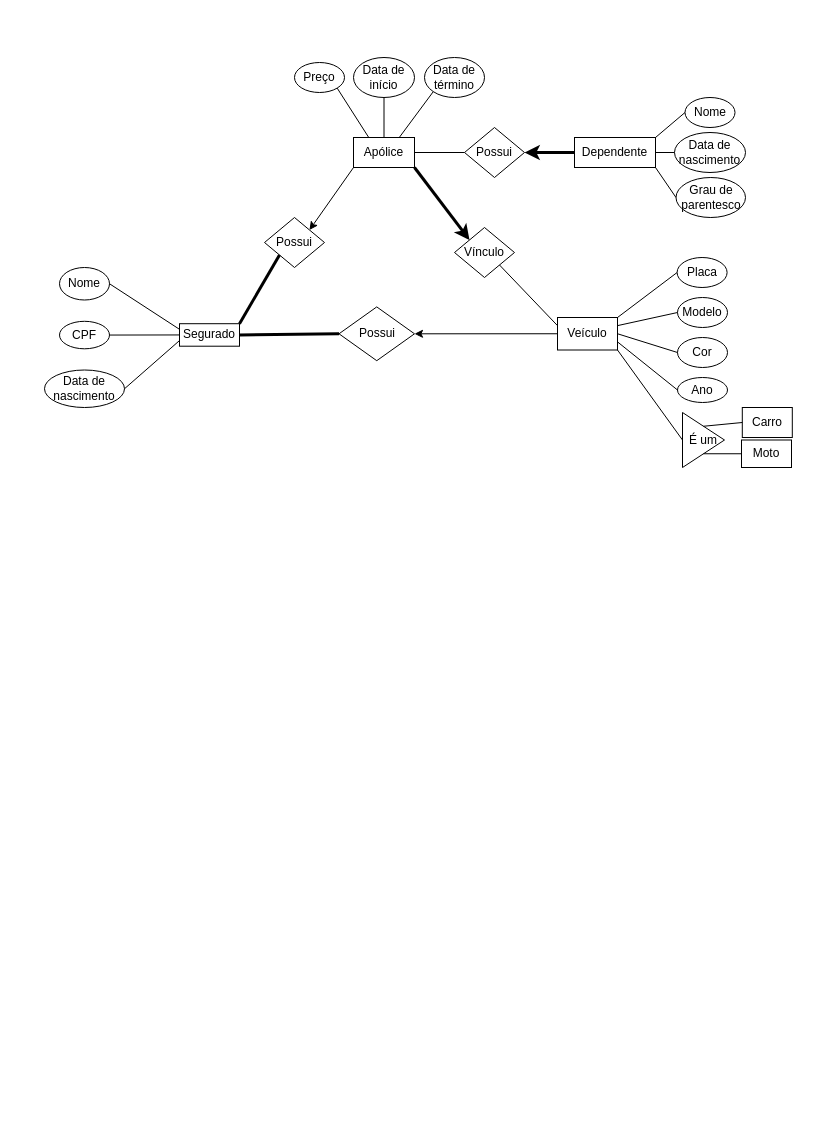
Above: Diagrama sem nome.drawio in Walrusbane524/Fundamentos-de-Bancos-de-Dados (draw.io), before the change. Source tidied: cells renumbered, new cells numbered last; positions are measured from the earlier drawing's top-left corner, leaving out a move shared by most shapes. Both pictures are drawn from the tidied source at 100%, with x=0, y=0 at pixel (44, 57).
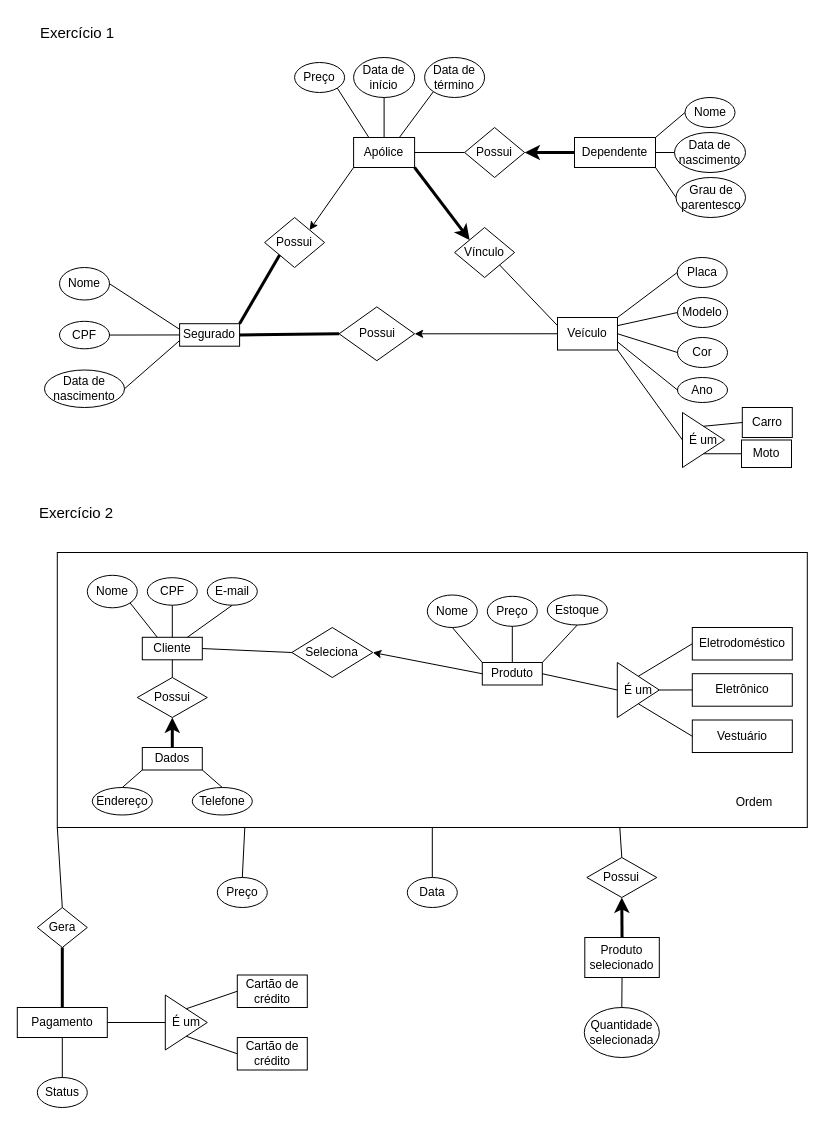
The same diagram, later.

What changed in the source:
```diff
@@
+    <mxCell id="50" style="rounded=0;whiteSpace=wrap;html=1;labelBorderColor=none;fillColor=none;" parent="1" vertex="1">
+      <mxGeometry x="12.8" y="495" width="750" height="275" as="geometry" />
+    </mxCell>
     <mxCell id="2" value="Segurado" style="rounded=0;whiteSpace=wrap;html=1;" parent="1" vertex="1">
-      <mxGeometry x="135" y="266.2" width="60" height="22.5" as="geometry" />
+      <mxGeometry x="135.1" y="266.2" width="60" height="22.5" as="geometry" />
     </mxCell>
@@
     <mxCell id="10" value="Placa" style="ellipse;whiteSpace=wrap;html=1;" parent="1" vertex="1">
-      <mxGeometry x="632.6" y="200" width="50" height="30" as="geometry" />
+      <mxGeometry x="632.7" y="200" width="50" height="30" as="geometry" />
     </mxCell>
@@
     <mxCell id="14" value="Apólice" style="rounded=0;whiteSpace=wrap;html=1;" parent="1" vertex="1">
-      <mxGeometry x="309" y="80" width="61" height="30" as="geometry" />
+      <mxGeometry x="309.1" y="80" width="61" height="30" as="geometry" />
     </mxCell>
     <mxCell id="15" value="Preço" style="ellipse;whiteSpace=wrap;html=1;" parent="1" vertex="1">
-      <mxGeometry x="250" y="5" width="50" height="30" as="geometry" />
+      <mxGeometry x="250.1" y="5" width="50" height="30" as="geometry" />
     </mxCell>
     <mxCell id="16" value="Data de início" style="ellipse;whiteSpace=wrap;html=1;" parent="1" vertex="1">
-      <mxGeometry x="309" width="61" height="40" as="geometry" />
+      <mxGeometry x="309.1" width="61" height="40" as="geometry" />
     </mxCell>
     <mxCell id="17" value="Data de término" style="ellipse;whiteSpace=wrap;html=1;" parent="1" vertex="1">
-      <mxGeometry x="380" width="60" height="40" as="geometry" />
+      <mxGeometry x="380.1" width="60" height="40" as="geometry" />
     </mxCell>
@@
     <mxCell id="30" value="Possui" style="rhombus;whiteSpace=wrap;html=1;" parent="1" vertex="1">
-      <mxGeometry x="220" y="160" width="60" height="50" as="geometry" />
+      <mxGeometry x="220.1" y="160" width="60" height="50" as="geometry" />
     </mxCell>
@@
     <mxCell id="33" value="Possui" style="rhombus;whiteSpace=wrap;html=1;" parent="1" vertex="1">
-      <mxGeometry x="294.5" y="249.4" width="75.5" height="53.8" as="geometry" />
+      <mxGeometry x="294.6" y="249.4" width="75.5" height="53.8" as="geometry" />
     </mxCell>
@@
     <mxCell id="40" value="Possui" style="rhombus;whiteSpace=wrap;html=1;" parent="1" vertex="1">
-      <mxGeometry x="420" y="70" width="60" height="50" as="geometry" />
+      <mxGeometry x="420.1" y="70" width="60" height="50" as="geometry" />
     </mxCell>
@@
     <mxCell id="46" value="Vínculo" style="rhombus;whiteSpace=wrap;html=1;" parent="1" vertex="1">
-      <mxGeometry x="410" y="170" width="60" height="50" as="geometry" />
+      <mxGeometry x="410.1" y="170" width="60" height="50" as="geometry" />
     </mxCell>
@@
+    <mxCell id="51" value="Cliente" style="rounded=0;whiteSpace=wrap;html=1;" parent="1" vertex="1">
+      <mxGeometry x="97.8" y="579.8" width="60" height="22.5" as="geometry" />
+    </mxCell>
+    <mxCell id="52" value="Nome" style="ellipse;whiteSpace=wrap;html=1;" parent="1" vertex="1">
+      <mxGeometry x="42.8" y="517.8" width="50" height="32.5" as="geometry" />
+    </mxCell>
+    <mxCell id="53" value="CPF" style="ellipse;whiteSpace=wrap;html=1;" parent="1" vertex="1">
+      <mxGeometry x="102.8" y="520.2" width="50" height="27.5" as="geometry" />
+    </mxCell>
+    <mxCell id="54" value="E-mail" style="ellipse;whiteSpace=wrap;html=1;" parent="1" vertex="1">
+      <mxGeometry x="162.8" y="520.2" width="50" height="27.5" as="geometry" />
+    </mxCell>
+    <mxCell id="55" value="Endereço" style="ellipse;whiteSpace=wrap;html=1;" parent="1" vertex="1">
+      <mxGeometry x="47.8" y="730" width="60" height="27.5" as="geometry" />
+    </mxCell>
+    <mxCell id="56" value="Telefone" style="ellipse;whiteSpace=wrap;html=1;" parent="1" vertex="1">
+      <mxGeometry x="147.8" y="730" width="60" height="27.5" as="geometry" />
+    </mxCell>
+    <mxCell id="57" style="endArrow=none;html=1;rounded=0;strokeColor=default;strokeWidth=1;entryX=1;entryY=1;entryDx=0;entryDy=0;exitX=0.25;exitY=0;exitDx=0;exitDy=0;" parent="1" edge="1" source="51" target="52">
+      <mxGeometry relative="1" as="geometry" />
+    </mxCell>
+    <mxCell id="58" style="endArrow=none;html=1;rounded=0;strokeColor=default;strokeWidth=1;entryX=0.5;entryY=1;entryDx=0;entryDy=0;exitX=0.5;exitY=0;exitDx=0;exitDy=0;" parent="1" edge="1" source="51" target="53">
+      <mxGeometry relative="1" as="geometry" />
+    </mxCell>
+    <mxCell id="59" style="endArrow=none;html=1;rounded=0;strokeColor=default;strokeWidth=1;entryX=0.5;entryY=1;entryDx=0;entryDy=0;exitX=0.75;exitY=0;exitDx=0;exitDy=0;" parent="1" edge="1" source="51" target="54">
+      <mxGeometry relative="1" as="geometry" />
+    </mxCell>
+    <mxCell id="60" value="Possui" style="rhombus;whiteSpace=wrap;html=1;labelBorderColor=none;" parent="1" vertex="1">
+      <mxGeometry x="92.8" y="620" width="70" height="40" as="geometry" />
+    </mxCell>
+    <mxCell id="61" value="Dados" style="rounded=0;whiteSpace=wrap;html=1;" parent="1" vertex="1">
+      <mxGeometry x="97.8" y="690" width="60" height="22.5" as="geometry" />
+    </mxCell>
+    <mxCell id="62" style="endArrow=none;html=1;rounded=0;strokeColor=default;strokeWidth=3;exitX=0.5;exitY=1;exitDx=0;exitDy=0;entryX=0.5;entryY=0;entryDx=0;entryDy=0;endFill=0;startArrow=classic;startFill=1;" parent="1" edge="1" source="60" target="61">
+      <mxGeometry relative="1" as="geometry" />
+    </mxCell>
+    <mxCell id="63" style="endArrow=none;html=1;rounded=0;strokeColor=default;strokeWidth=1;exitX=0.5;exitY=0;exitDx=0;exitDy=0;entryX=0.5;entryY=1;entryDx=0;entryDy=0;" parent="1" edge="1" source="60" target="51">
+      <mxGeometry relative="1" as="geometry" />
+    </mxCell>
+    <mxCell id="64" style="endArrow=none;html=1;rounded=0;strokeColor=default;strokeWidth=1;exitX=0.5;exitY=0;exitDx=0;exitDy=0;entryX=0;entryY=1;entryDx=0;entryDy=0;" parent="1" edge="1" source="55" target="61">
+      <mxGeometry relative="1" as="geometry" />
+    </mxCell>
+    <mxCell id="65" style="endArrow=none;html=1;rounded=0;strokeColor=default;strokeWidth=1;exitX=1;exitY=1;exitDx=0;exitDy=0;entryX=0.5;entryY=0;entryDx=0;entryDy=0;" parent="1" edge="1" source="61" target="56">
+      <mxGeometry relative="1" as="geometry" />
+    </mxCell>
+    <mxCell id="66" value="Seleciona" style="rhombus;whiteSpace=wrap;html=1;labelBorderColor=none;" parent="1" vertex="1">
+      <mxGeometry x="247.3" y="570" width="81" height="50" as="geometry" />
+    </mxCell>
+    <mxCell id="67" value="Produto" style="rounded=0;whiteSpace=wrap;html=1;" parent="1" vertex="1">
+      <mxGeometry x="437.8" y="605" width="60" height="22.5" as="geometry" />
+    </mxCell>
+    <mxCell id="68" value="Nome" style="ellipse;whiteSpace=wrap;html=1;" parent="1" vertex="1">
+      <mxGeometry x="382.8" y="537.5" width="50" height="32.5" as="geometry" />
+    </mxCell>
+    <mxCell id="69" value="Preço" style="ellipse;whiteSpace=wrap;html=1;" parent="1" vertex="1">
+      <mxGeometry x="442.8" y="538.8" width="50" height="30" as="geometry" />
+    </mxCell>
+    <mxCell id="70" value="Estoque" style="ellipse;whiteSpace=wrap;html=1;" parent="1" vertex="1">
+      <mxGeometry x="502.8" y="537.5" width="60" height="30" as="geometry" />
+    </mxCell>
+    <mxCell id="71" style="endArrow=none;html=1;rounded=0;strokeColor=default;strokeWidth=1;entryX=0;entryY=0;entryDx=0;entryDy=0;exitX=0.5;exitY=1;exitDx=0;exitDy=0;" parent="1" edge="1" source="68" target="67">
+      <mxGeometry relative="1" as="geometry" />
+    </mxCell>
+    <mxCell id="72" style="endArrow=none;html=1;rounded=0;strokeColor=default;strokeWidth=1;entryX=1;entryY=0;entryDx=0;entryDy=0;exitX=0.5;exitY=1;exitDx=0;exitDy=0;" parent="1" edge="1" source="70" target="67">
+      <mxGeometry relative="1" as="geometry" />
+    </mxCell>
+    <mxCell id="73" style="endArrow=none;html=1;rounded=0;strokeColor=default;strokeWidth=1;entryX=0.5;entryY=0;entryDx=0;entryDy=0;exitX=0.5;exitY=1;exitDx=0;exitDy=0;" parent="1" edge="1" source="69" target="67">
+      <mxGeometry relative="1" as="geometry" />
+    </mxCell>
+    <mxCell id="74" value="É um" style="triangle;whiteSpace=wrap;html=1;rotation=0;" parent="1" vertex="1">
+      <mxGeometry x="572.8" y="605" width="42" height="55" as="geometry" />
+    </mxCell>
+    <mxCell id="75" value="Eletrodoméstico" style="rounded=0;whiteSpace=wrap;html=1;" parent="1" vertex="1">
+      <mxGeometry x="647.8" y="570" width="100" height="32.5" as="geometry" />
+    </mxCell>
+    <mxCell id="76" value="Eletrônico" style="rounded=0;whiteSpace=wrap;html=1;" parent="1" vertex="1">
+      <mxGeometry x="647.8" y="616.2" width="100" height="32.5" as="geometry" />
+    </mxCell>
+    <mxCell id="77" value="Vestuário" style="rounded=0;whiteSpace=wrap;html=1;" parent="1" vertex="1">
+      <mxGeometry x="647.8" y="662.5" width="100" height="32.5" as="geometry" />
+    </mxCell>
+    <mxCell id="78" style="endArrow=none;html=1;rounded=0;strokeColor=default;strokeWidth=1;entryX=0.5;entryY=0;entryDx=0;entryDy=0;exitX=0;exitY=0.5;exitDx=0;exitDy=0;" parent="1" edge="1" source="75" target="74">
+      <mxGeometry relative="1" as="geometry" />
+    </mxCell>
+    <mxCell id="79" style="endArrow=none;html=1;rounded=0;strokeColor=default;strokeWidth=1;entryX=0.5;entryY=1;entryDx=0;entryDy=0;exitX=0;exitY=0.5;exitDx=0;exitDy=0;" parent="1" edge="1" source="77" target="74">
+      <mxGeometry relative="1" as="geometry" />
+    </mxCell>
+    <mxCell id="80" style="endArrow=none;html=1;rounded=0;strokeColor=default;strokeWidth=1;entryX=1;entryY=0.5;entryDx=0;entryDy=0;exitX=0;exitY=0.5;exitDx=0;exitDy=0;" parent="1" edge="1" source="76" target="74">
+      <mxGeometry relative="1" as="geometry" />
+    </mxCell>
+    <mxCell id="81" style="endArrow=classic;html=1;rounded=0;strokeColor=default;strokeWidth=1;entryX=1;entryY=0.5;entryDx=0;entryDy=0;exitX=0;exitY=0.5;exitDx=0;exitDy=0;startArrow=none;startFill=0;endFill=1;" parent="1" edge="1" source="67" target="66">
+      <mxGeometry relative="1" as="geometry" />
+    </mxCell>
+    <mxCell id="82" style="endArrow=none;html=1;rounded=0;strokeColor=default;strokeWidth=1;entryX=0;entryY=0.5;entryDx=0;entryDy=0;exitX=1;exitY=0.5;exitDx=0;exitDy=0;" parent="1" edge="1" source="51" target="66">
+      <mxGeometry relative="1" as="geometry" />
+    </mxCell>
+    <mxCell id="83" style="endArrow=none;html=1;rounded=0;strokeColor=default;strokeWidth=1;entryX=1;entryY=0.5;entryDx=0;entryDy=0;exitX=0;exitY=0.5;exitDx=0;exitDy=0;" parent="1" edge="1" source="74" target="67">
+      <mxGeometry relative="1" as="geometry" />
+    </mxCell>
+    <mxCell id="84" value="Produto selecionado" style="rounded=0;whiteSpace=wrap;html=1;" parent="1" vertex="1">
+      <mxGeometry x="540.3" y="880" width="74.5" height="40" as="geometry" />
+    </mxCell>
+    <mxCell id="85" value="Possui" style="rhombus;whiteSpace=wrap;html=1;labelBorderColor=none;" parent="1" vertex="1">
+      <mxGeometry x="542.3" y="800" width="70" height="40" as="geometry" />
+    </mxCell>
+    <mxCell id="86" style="endArrow=none;html=1;rounded=0;strokeColor=default;strokeWidth=1;entryX=0.75;entryY=1;entryDx=0;entryDy=0;exitX=0.5;exitY=0;exitDx=0;exitDy=0;" parent="1" edge="1" source="85" target="50">
+      <mxGeometry relative="1" as="geometry" />
+    </mxCell>
+    <mxCell id="87" style="endArrow=classic;html=1;rounded=0;strokeColor=default;strokeWidth=3;entryX=0.5;entryY=1;entryDx=0;entryDy=0;exitX=0.5;exitY=0;exitDx=0;exitDy=0;" parent="1" edge="1" source="84" target="85">
+      <mxGeometry relative="1" as="geometry" />
+    </mxCell>
+    <mxCell id="88" value="Quantidade selecionada" style="ellipse;whiteSpace=wrap;html=1;" parent="1" vertex="1">
+      <mxGeometry x="539.8" y="950" width="75" height="50" as="geometry" />
+    </mxCell>
+    <mxCell id="89" style="endArrow=none;html=1;rounded=0;strokeColor=default;strokeWidth=1;entryX=0.5;entryY=0;entryDx=0;entryDy=0;exitX=0.5;exitY=1;exitDx=0;exitDy=0;" parent="1" edge="1" source="84" target="88">
+      <mxGeometry relative="1" as="geometry" />
+    </mxCell>
+    <mxCell id="90" value="Preço" style="ellipse;whiteSpace=wrap;html=1;" parent="1" vertex="1">
+      <mxGeometry x="172.8" y="820" width="50" height="30" as="geometry" />
+    </mxCell>
+    <mxCell id="91" style="endArrow=none;html=1;rounded=0;strokeColor=default;strokeWidth=1;entryX=0.25;entryY=1;entryDx=0;entryDy=0;exitX=0.5;exitY=0;exitDx=0;exitDy=0;" parent="1" edge="1" source="90" target="50">
+      <mxGeometry relative="1" as="geometry" />
+    </mxCell>
+    <mxCell id="92" value="Data" style="ellipse;whiteSpace=wrap;html=1;" parent="1" vertex="1">
+      <mxGeometry x="362.8" y="820" width="50" height="30" as="geometry" />
+    </mxCell>
+    <mxCell id="93" style="endArrow=none;html=1;rounded=0;strokeColor=default;strokeWidth=1;entryX=0.5;entryY=1;entryDx=0;entryDy=0;exitX=0.5;exitY=0;exitDx=0;exitDy=0;" parent="1" edge="1" source="92" target="50">
+      <mxGeometry relative="1" as="geometry" />
+    </mxCell>
+    <mxCell id="94" value="Pagamento" style="rounded=0;whiteSpace=wrap;html=1;labelBorderColor=none;fillColor=none;" parent="1" vertex="1">
+      <mxGeometry x="-27.2" y="950" width="90" height="30" as="geometry" />
+    </mxCell>
+    <mxCell id="95" value="Gera" style="rhombus;whiteSpace=wrap;html=1;labelBorderColor=none;fillColor=none;" parent="1" vertex="1">
+      <mxGeometry x="-7.2" y="850" width="50" height="40" as="geometry" />
+    </mxCell>
+    <mxCell id="96" style="endArrow=none;html=1;rounded=0;strokeColor=default;strokeWidth=1;entryX=0;entryY=1;entryDx=0;entryDy=0;exitX=0.5;exitY=0;exitDx=0;exitDy=0;" parent="1" edge="1" source="95" target="50">
+      <mxGeometry relative="1" as="geometry" />
+    </mxCell>
+    <mxCell id="97" style="endArrow=none;html=1;rounded=0;strokeColor=default;strokeWidth=3;entryX=0.5;entryY=0;entryDx=0;entryDy=0;" parent="1" edge="1" source="95" target="94">
+      <mxGeometry relative="1" as="geometry" />
+    </mxCell>
+    <mxCell id="98" value="É um" style="triangle;whiteSpace=wrap;html=1;rotation=0;" parent="1" vertex="1">
+      <mxGeometry x="120.8" y="937.5" width="42" height="55" as="geometry" />
+    </mxCell>
+    <mxCell id="99" value="Cartão de crédito" style="rounded=0;whiteSpace=wrap;html=1;" parent="1" vertex="1">
+      <mxGeometry x="192.8" y="917.5" width="70" height="32.5" as="geometry" />
+    </mxCell>
+    <mxCell id="100" style="endArrow=none;html=1;rounded=0;strokeColor=default;strokeWidth=1;exitX=1;exitY=0.5;exitDx=0;exitDy=0;entryX=0;entryY=0.5;entryDx=0;entryDy=0;" parent="1" edge="1" source="94" target="98">
+      <mxGeometry relative="1" as="geometry" />
+    </mxCell>
+    <mxCell id="101" style="endArrow=none;html=1;rounded=0;strokeColor=default;strokeWidth=1;exitX=0.5;exitY=0;exitDx=0;exitDy=0;entryX=0;entryY=0.5;entryDx=0;entryDy=0;" parent="1" edge="1" source="98" target="99">
+      <mxGeometry relative="1" as="geometry" />
+    </mxCell>
+    <mxCell id="102" value="Cartão de crédito" style="rounded=0;whiteSpace=wrap;html=1;" parent="1" vertex="1">
+      <mxGeometry x="192.8" y="980" width="70" height="32.5" as="geometry" />
+    </mxCell>
+    <mxCell id="103" style="endArrow=none;html=1;rounded=0;strokeColor=default;strokeWidth=1;exitX=0.5;exitY=1;exitDx=0;exitDy=0;entryX=0;entryY=0.5;entryDx=0;entryDy=0;" parent="1" edge="1" source="98" target="102">
+      <mxGeometry relative="1" as="geometry" />
+    </mxCell>
+    <mxCell id="104" value="Status" style="ellipse;whiteSpace=wrap;html=1;" parent="1" vertex="1">
+      <mxGeometry x="-7.2" y="1020" width="50" height="30" as="geometry" />
+    </mxCell>
+    <mxCell id="105" style="endArrow=none;html=1;rounded=0;strokeColor=default;strokeWidth=1;exitX=0.5;exitY=0;exitDx=0;exitDy=0;entryX=0.5;entryY=1;entryDx=0;entryDy=0;" parent="1" edge="1" source="104" target="94">
+      <mxGeometry relative="1" as="geometry" />
+    </mxCell>
+    <mxCell id="106" value="Exercício 1" style="text;html=1;strokeColor=none;fillColor=none;align=center;verticalAlign=middle;whiteSpace=wrap;rounded=0;labelBorderColor=none;fontSize=15;" parent="1" vertex="1">
+      <mxGeometry x="-7.2" y="-40" width="80" height="30" as="geometry" />
+    </mxCell>
+    <mxCell id="107" value="Ordem" style="text;html=1;strokeColor=none;fillColor=none;align=center;verticalAlign=middle;whiteSpace=wrap;rounded=0;labelBorderColor=none;" parent="1" vertex="1">
+      <mxGeometry x="680" y="730" width="60" height="30" as="geometry" />
+    </mxCell>
+    <mxCell id="108" value="Exercício 2" style="text;html=1;strokeColor=none;fillColor=none;align=center;verticalAlign=middle;whiteSpace=wrap;rounded=0;labelBorderColor=none;fontSize=15;" parent="1" vertex="1">
+      <mxGeometry x="-7.2" y="440" width="77.8" height="30" as="geometry" />
+    </mxCell>
```
